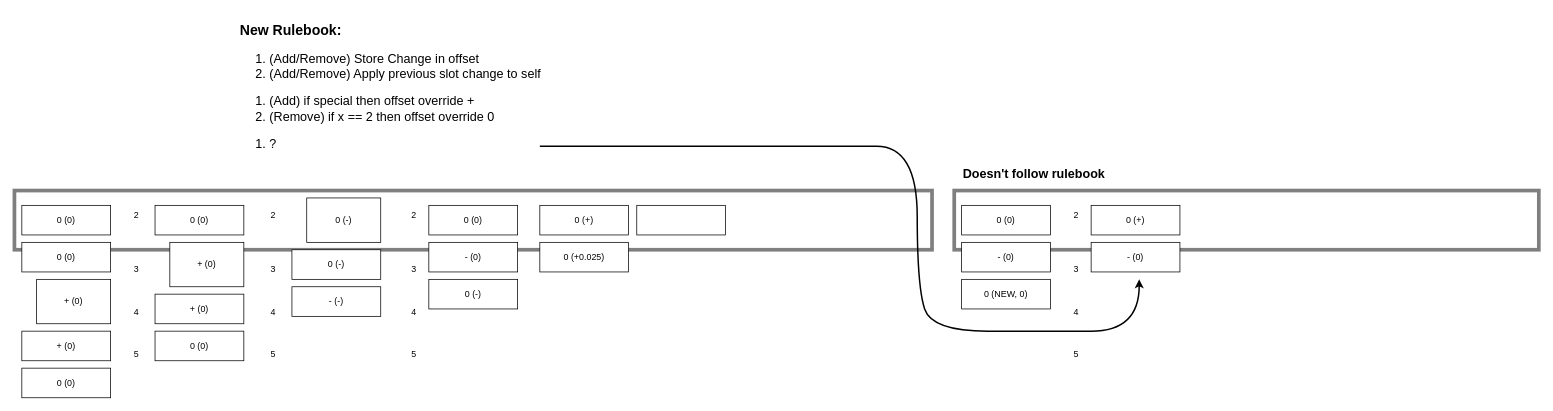
JedDevs/Toast keeps this draw.io diagram as Untitled Diagram.drawio. Above is the earlier version. Source tidied: cells renumbered, new cells numbered last; positions are measured from the earlier drawing's top-left corner, leaving out a move shared by most shapes. Both pictures are drawn from the tidied source at 74%, with x=0, y=0 at pixel (14, 20).
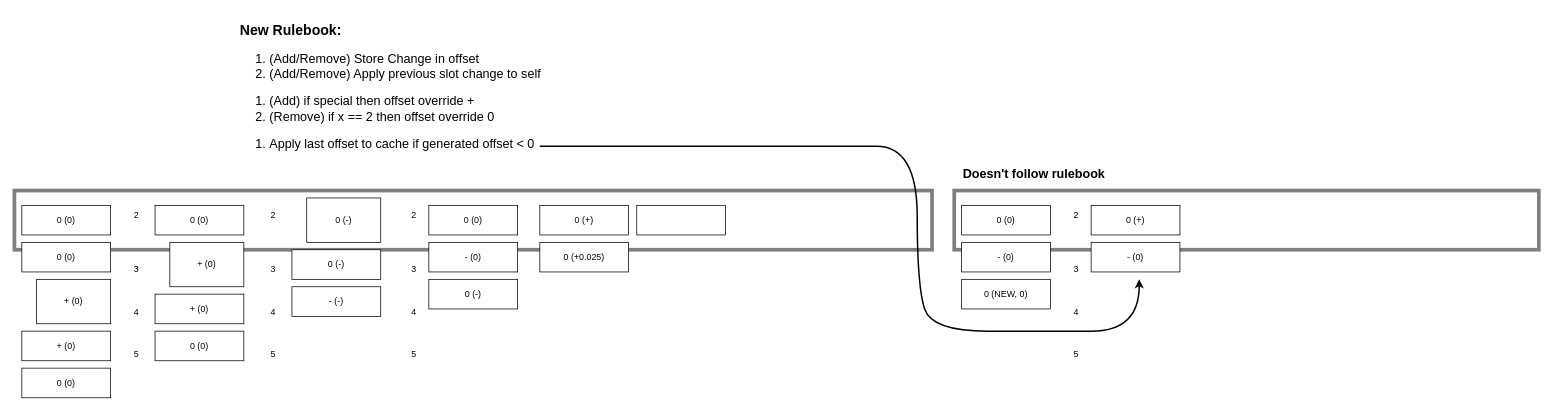
After the change.

Diff of the diagram source:
```diff
@@
-    <mxCell id="2" value="&lt;h1 style=&quot;font-size: 19px&quot;&gt;New Rulebook&lt;span style=&quot;font-weight: normal&quot;&gt;&lt;/span&gt;:&lt;br&gt;&lt;/h1&gt;&lt;ol style=&quot;font-size: 17px&quot;&gt;&lt;li&gt;(Add/Remove) Store Change in offset&lt;br&gt;&lt;/li&gt;&lt;li&gt;(Add/Remove) Apply previous slot change to self&lt;/li&gt;&lt;/ol&gt;&lt;ol style=&quot;font-size: 17px&quot;&gt;&lt;li&gt;(Add) if special then offset override +&lt;/li&gt;&lt;li&gt;(Remove) if x == 2 then offset override 0&lt;/li&gt;&lt;/ol&gt;&lt;ol style=&quot;font-size: 17px&quot;&gt;&lt;li&gt;?&lt;br&gt;&lt;/li&gt;&lt;/ol&gt;" style="text;html=1;strokeColor=none;fillColor=none;spacing=5;spacingTop=-20;whiteSpace=wrap;overflow=hidden;rounded=0;" parent="1" vertex="1">
+    <mxCell id="2" value="&lt;h1 style=&quot;font-size: 19px&quot;&gt;New Rulebook&lt;span style=&quot;font-weight: normal&quot;&gt;&lt;/span&gt;:&lt;br&gt;&lt;/h1&gt;&lt;ol style=&quot;font-size: 17px&quot;&gt;&lt;li&gt;(Add/Remove) Store Change in offset&lt;br&gt;&lt;/li&gt;&lt;li&gt;(Add/Remove) Apply previous slot change to self&lt;/li&gt;&lt;/ol&gt;&lt;ol style=&quot;font-size: 17px&quot;&gt;&lt;li&gt;(Add) if special then offset override +&lt;/li&gt;&lt;li&gt;(Remove) if x == 2 then offset override 0&lt;/li&gt;&lt;/ol&gt;&lt;ol style=&quot;font-size: 17px&quot;&gt;&lt;li&gt;Apply last offset to cache if generated offset &amp;lt; 0&lt;br&gt;&lt;/li&gt;&lt;/ol&gt;" style="text;html=1;strokeColor=none;fillColor=none;spacing=5;spacingTop=-20;whiteSpace=wrap;overflow=hidden;rounded=0;" parent="1" vertex="1">
       <mxGeometry x="300" width="468" height="190" as="geometry" />
     </mxCell>
```
